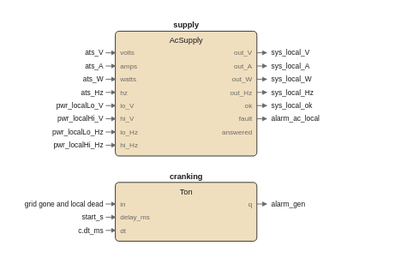
Above: images/logic/ac_local_watch_fbd.drawio.svg in pstch/botanik2 (draw.io), before the change. Source tidied: cells renumbered, new cells last; positions are measured from the earlier drawing's top-left corner, leaving out a move shared by most shapes.
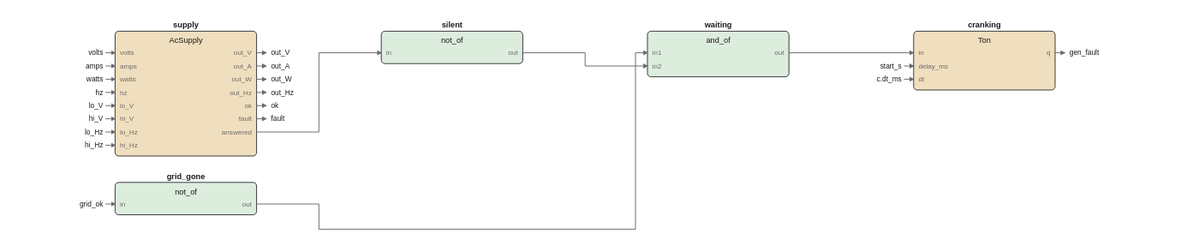
After the commit.

What changed in the source:
```diff
@@ -58,9 +58,9 @@
     </mxCell>
-    <mxCell id="20" style="rounded=1;fillColor=#f0dfbe;strokeColor=#1a1a1a;whiteSpace=wrap;html=1;fontSize=8;" parent="1" vertex="1">
-      <mxGeometry x="10" y="136" width="118" height="49" as="geometry" />
+    <mxCell id="20" style="rounded=1;fillColor=#dcecdd;strokeColor=#1a1a1a;whiteSpace=wrap;html=1;fontSize=8;" parent="1" vertex="1">
+      <mxGeometry x="10" y="136" width="118" height="27" as="geometry" />
     </mxCell>
-    <mxCell id="21" value="cranking" style="text;html=1;fontSize=6;fontColor=#1a1a1a;align=center;fontStyle=1;" parent="1" vertex="1">
-      <mxGeometry x="69" y="126.4" width="40" height="10.6" as="geometry" />
+    <mxCell id="21" value="grid_gone" style="text;html=1;fontSize=6;fontColor=#1a1a1a;align=center;fontStyle=1;" parent="1" vertex="1">
+      <mxGeometry x="69" y="126.4" width="45" height="10.6" as="geometry" />
     </mxCell>
-    <mxCell id="22" value="Ton" style="text;html=1;fontSize=6;fontColor=#1a1a1a;align=center;" parent="1" vertex="1">
+    <mxCell id="22" value="not_of" style="text;html=1;fontSize=6;fontColor=#1a1a1a;align=center;" parent="1" vertex="1">
       <mxGeometry x="69" y="139.4" width="40" height="10.6" as="geometry" />
@@ -70,103 +70,103 @@
     </mxCell>
-    <mxCell id="24" value="delay_ms" style="text;html=1;fontSize=5;fontColor=#6b6b6b;align=left;" parent="1" vertex="1">
-      <mxGeometry x="14" y="161.2" width="40" height="9.8" as="geometry" />
+    <mxCell id="24" value="out" style="text;html=1;fontSize=5;fontColor=#6b6b6b;align=left;" parent="1" vertex="1">
+      <mxGeometry x="124" y="150.2" width="40" height="9.8" as="geometry" />
     </mxCell>
-    <mxCell id="25" value="dt" style="text;html=1;fontSize=5;fontColor=#6b6b6b;align=left;" parent="1" vertex="1">
-      <mxGeometry x="14" y="172.2" width="40" height="9.8" as="geometry" />
+    <mxCell id="25" style="rounded=1;fillColor=#dcecdd;strokeColor=#1a1a1a;whiteSpace=wrap;html=1;fontSize=8;" parent="1" vertex="1">
+      <mxGeometry x="232" y="10" width="118" height="27" as="geometry" />
     </mxCell>
-    <mxCell id="26" value="q" style="text;html=1;fontSize=5;fontColor=#6b6b6b;align=left;" parent="1" vertex="1">
-      <mxGeometry x="124" y="150.2" width="40" height="9.8" as="geometry" />
+    <mxCell id="26" value="silent" style="text;html=1;fontSize=6;fontColor=#1a1a1a;align=center;fontStyle=1;" parent="1" vertex="1">
+      <mxGeometry x="291" y="0.4" width="40" height="10.6" as="geometry" />
     </mxCell>
-    <mxCell id="27" value="ats_V" style="text;html=1;fontSize=6;fontColor=#1a1a1a;align=left;" parent="1" vertex="1">
-      <mxGeometry y="24" width="40" height="10" as="geometry" />
+    <mxCell id="27" value="not_of" style="text;html=1;fontSize=6;fontColor=#1a1a1a;align=center;" parent="1" vertex="1">
+      <mxGeometry x="291" y="13.4" width="40" height="10.6" as="geometry" />
     </mxCell>
-    <mxCell id="28" style="edgeStyle=none;html=1;strokeColor=#6b6b6b;endArrow=block;" parent="1" edge="1">
-      <mxGeometry relative="1" as="geometry">
-        <mxPoint x="2" y="28" as="sourcePoint" />
-        <mxPoint x="10" y="28" as="targetPoint" />
-      </mxGeometry>
-    </mxCell>
+    <mxCell id="63" value="in" style="text;html=1;fontSize=5;fontColor=#6b6b6b;align=left;" parent="1" vertex="1">
+      <mxGeometry x="236" y="24.2" width="40" height="9.8" as="geometry" />
+    </mxCell>
-    <mxCell id="29" value="ats_A" style="text;html=1;fontSize=6;fontColor=#1a1a1a;align=left;" parent="1" vertex="1">
-      <mxGeometry y="35" width="40" height="10" as="geometry" />
+    <mxCell id="29" value="out" style="text;html=1;fontSize=5;fontColor=#6b6b6b;align=left;" parent="1" vertex="1">
+      <mxGeometry x="346" y="24.2" width="40" height="9.8" as="geometry" />
     </mxCell>
-    <mxCell id="30" style="edgeStyle=none;html=1;strokeColor=#6b6b6b;endArrow=block;" parent="1" edge="1">
-      <mxGeometry relative="1" as="geometry">
-        <mxPoint x="2" y="39" as="sourcePoint" />
-        <mxPoint x="10" y="39" as="targetPoint" />
-      </mxGeometry>
-    </mxCell>
+    <mxCell id="64" style="rounded=1;fillColor=#dcecdd;strokeColor=#1a1a1a;whiteSpace=wrap;html=1;fontSize=8;" parent="1" vertex="1">
+      <mxGeometry x="454" y="10" width="118" height="38" as="geometry" />
+    </mxCell>
-    <mxCell id="31" value="ats_W" style="text;html=1;fontSize=6;fontColor=#1a1a1a;align=left;" parent="1" vertex="1">
-      <mxGeometry y="46" width="40" height="10" as="geometry" />
+    <mxCell id="31" value="waiting" style="text;html=1;fontSize=6;fontColor=#1a1a1a;align=center;fontStyle=1;" parent="1" vertex="1">
+      <mxGeometry x="513" y="0.4" width="40" height="10.6" as="geometry" />
     </mxCell>
-    <mxCell id="32" style="edgeStyle=none;html=1;strokeColor=#6b6b6b;endArrow=block;" parent="1" edge="1">
-      <mxGeometry relative="1" as="geometry">
-        <mxPoint x="2" y="50" as="sourcePoint" />
-        <mxPoint x="10" y="50" as="targetPoint" />
-      </mxGeometry>
-    </mxCell>
+    <mxCell id="65" value="and_of" style="text;html=1;fontSize=6;fontColor=#1a1a1a;align=center;" parent="1" vertex="1">
+      <mxGeometry x="513" y="13.4" width="40" height="10.6" as="geometry" />
+    </mxCell>
-    <mxCell id="33" value="ats_Hz" style="text;html=1;fontSize=6;fontColor=#1a1a1a;align=left;" parent="1" vertex="1">
-      <mxGeometry y="57" width="40" height="10" as="geometry" />
+    <mxCell id="33" value="in1" style="text;html=1;fontSize=5;fontColor=#6b6b6b;align=left;" parent="1" vertex="1">
+      <mxGeometry x="458" y="24.2" width="40" height="9.8" as="geometry" />
     </mxCell>
-    <mxCell id="34" style="edgeStyle=none;html=1;strokeColor=#6b6b6b;endArrow=block;" parent="1" edge="1">
-      <mxGeometry relative="1" as="geometry">
-        <mxPoint x="2" y="61" as="sourcePoint" />
-        <mxPoint x="10" y="61" as="targetPoint" />
-      </mxGeometry>
-    </mxCell>
+    <mxCell id="66" value="in2" style="text;html=1;fontSize=5;fontColor=#6b6b6b;align=left;" parent="1" vertex="1">
+      <mxGeometry x="458" y="35.2" width="40" height="9.8" as="geometry" />
+    </mxCell>
-    <mxCell id="35" value="pwr_localLo_V" style="text;html=1;fontSize=6;fontColor=#1a1a1a;align=left;" parent="1" vertex="1">
-      <mxGeometry y="68" width="65" height="10" as="geometry" />
+    <mxCell id="35" value="out" style="text;html=1;fontSize=5;fontColor=#6b6b6b;align=left;" parent="1" vertex="1">
+      <mxGeometry x="568" y="24.2" width="40" height="9.8" as="geometry" />
     </mxCell>
-    <mxCell id="36" style="edgeStyle=none;html=1;strokeColor=#6b6b6b;endArrow=block;" parent="1" edge="1">
-      <mxGeometry relative="1" as="geometry">
-        <mxPoint x="2" y="72" as="sourcePoint" />
-        <mxPoint x="10" y="72" as="targetPoint" />
-      </mxGeometry>
-    </mxCell>
+    <mxCell id="67" style="rounded=1;fillColor=#f0dfbe;strokeColor=#1a1a1a;whiteSpace=wrap;html=1;fontSize=8;" parent="1" vertex="1">
+      <mxGeometry x="676" y="10" width="118" height="49" as="geometry" />
+    </mxCell>
-    <mxCell id="37" value="pwr_localHi_V" style="text;html=1;fontSize=6;fontColor=#1a1a1a;align=left;" parent="1" vertex="1">
-      <mxGeometry y="79" width="65" height="10" as="geometry" />
+    <mxCell id="37" value="cranking" style="text;html=1;fontSize=6;fontColor=#1a1a1a;align=center;fontStyle=1;" parent="1" vertex="1">
+      <mxGeometry x="735" y="0.4" width="40" height="10.6" as="geometry" />
     </mxCell>
-    <mxCell id="38" style="edgeStyle=none;html=1;strokeColor=#6b6b6b;endArrow=block;" parent="1" edge="1">
-      <mxGeometry relative="1" as="geometry">
-        <mxPoint x="2" y="83" as="sourcePoint" />
-        <mxPoint x="10" y="83" as="targetPoint" />
-      </mxGeometry>
-    </mxCell>
+    <mxCell id="68" value="Ton" style="text;html=1;fontSize=6;fontColor=#1a1a1a;align=center;" parent="1" vertex="1">
+      <mxGeometry x="735" y="13.4" width="40" height="10.6" as="geometry" />
+    </mxCell>
-    <mxCell id="39" value="pwr_localLo_Hz" style="text;html=1;fontSize=6;fontColor=#1a1a1a;align=left;" parent="1" vertex="1">
-      <mxGeometry y="90" width="70" height="10" as="geometry" />
+    <mxCell id="39" value="in" style="text;html=1;fontSize=5;fontColor=#6b6b6b;align=left;" parent="1" vertex="1">
+      <mxGeometry x="680" y="24.2" width="40" height="9.8" as="geometry" />
     </mxCell>
-    <mxCell id="40" style="edgeStyle=none;html=1;strokeColor=#6b6b6b;endArrow=block;" parent="1" edge="1">
-      <mxGeometry relative="1" as="geometry">
-        <mxPoint x="2" y="94" as="sourcePoint" />
-        <mxPoint x="10" y="94" as="targetPoint" />
-      </mxGeometry>
-    </mxCell>
+    <mxCell id="69" value="delay_ms" style="text;html=1;fontSize=5;fontColor=#6b6b6b;align=left;" parent="1" vertex="1">
+      <mxGeometry x="680" y="35.2" width="40" height="9.8" as="geometry" />
+    </mxCell>
-    <mxCell id="41" value="pwr_localHi_Hz" style="text;html=1;fontSize=6;fontColor=#1a1a1a;align=left;" parent="1" vertex="1">
-      <mxGeometry y="101" width="70" height="10" as="geometry" />
+    <mxCell id="41" value="dt" style="text;html=1;fontSize=5;fontColor=#6b6b6b;align=left;" parent="1" vertex="1">
+      <mxGeometry x="680" y="46.2" width="40" height="9.8" as="geometry" />
     </mxCell>
-    <mxCell id="42" style="edgeStyle=none;html=1;strokeColor=#6b6b6b;endArrow=block;" parent="1" edge="1">
-      <mxGeometry relative="1" as="geometry">
-        <mxPoint x="2" y="105" as="sourcePoint" />
-        <mxPoint x="10" y="105" as="targetPoint" />
-      </mxGeometry>
-    </mxCell>
-    <mxCell id="43" value="grid gone and local dead" style="text;html=1;fontSize=6;fontColor=#1a1a1a;align=left;" parent="1" vertex="1">
-      <mxGeometry y="150" width="120" height="10" as="geometry" />
-    </mxCell>
+    <mxCell id="70" value="q" style="text;html=1;fontSize=5;fontColor=#6b6b6b;align=left;" parent="1" vertex="1">
+      <mxGeometry x="790" y="24.2" width="40" height="9.8" as="geometry" />
+    </mxCell>
+    <mxCell id="71" style="edgeStyle=none;html=1;strokeColor=#6b6b6b;endArrow=block;" parent="1" edge="1">
+      <mxGeometry relative="1" as="geometry">
+        <mxPoint x="128" y="94" as="sourcePoint" />
+        <mxPoint x="232" y="28" as="targetPoint" />
+        <Array as="points">
+          <mxPoint x="180" y="94" />
+          <mxPoint x="180" y="28" />
+        </Array>
+      </mxGeometry>
+    </mxCell>
     <mxCell id="44" style="edgeStyle=none;html=1;strokeColor=#6b6b6b;endArrow=block;" parent="1" edge="1">
       <mxGeometry relative="1" as="geometry">
-        <mxPoint x="2" y="154" as="sourcePoint" />
-        <mxPoint x="10" y="154" as="targetPoint" />
+        <mxPoint x="128" y="154" as="sourcePoint" />
+        <mxPoint x="454" y="28" as="targetPoint" />
+        <Array as="points">
+          <mxPoint x="180" y="154" />
+          <mxPoint x="180" y="175" />
+          <mxPoint x="444" y="175" />
+          <mxPoint x="444" y="28" />
+        </Array>
       </mxGeometry>
     </mxCell>
-    <mxCell id="45" value="start_s" style="text;html=1;fontSize=6;fontColor=#1a1a1a;align=left;" parent="1" vertex="1">
-      <mxGeometry y="161" width="40" height="10" as="geometry" />
-    </mxCell>
+    <mxCell id="72" style="edgeStyle=none;html=1;strokeColor=#6b6b6b;endArrow=block;" parent="1" edge="1">
+      <mxGeometry relative="1" as="geometry">
+        <mxPoint x="350" y="28" as="sourcePoint" />
+        <mxPoint x="454" y="39" as="targetPoint" />
+        <Array as="points">
+          <mxPoint x="402" y="28" />
+          <mxPoint x="402" y="39" />
+        </Array>
+      </mxGeometry>
+    </mxCell>
     <mxCell id="46" style="edgeStyle=none;html=1;strokeColor=#6b6b6b;endArrow=block;" parent="1" edge="1">
       <mxGeometry relative="1" as="geometry">
-        <mxPoint x="2" y="165" as="sourcePoint" />
-        <mxPoint x="10" y="165" as="targetPoint" />
+        <mxPoint x="572" y="28" as="sourcePoint" />
+        <mxPoint x="676" y="28" as="targetPoint" />
+        <Array as="points">
+          <mxPoint x="624" y="28" />
+          <mxPoint x="624" y="28" />
+        </Array>
       </mxGeometry>
     </mxCell>
-    <mxCell id="47" value="c.dt_ms" style="text;html=1;fontSize=6;fontColor=#1a1a1a;align=left;" parent="1" vertex="1">
-      <mxGeometry y="172" width="40" height="10" as="geometry" />
+    <mxCell id="47" value="volts" style="text;html=1;fontSize=6;fontColor=#1a1a1a;align=left;" parent="1" vertex="1">
+      <mxGeometry y="24" width="40" height="10" as="geometry" />
     </mxCell>
@@ -174,69 +174,159 @@
       <mxGeometry relative="1" as="geometry">
-        <mxPoint x="2" y="176" as="sourcePoint" />
-        <mxPoint x="10" y="176" as="targetPoint" />
+        <mxPoint x="2" y="28" as="sourcePoint" />
+        <mxPoint x="10" y="28" as="targetPoint" />
       </mxGeometry>
     </mxCell>
-    <mxCell id="49" style="edgeStyle=none;html=1;strokeColor=#6b6b6b;endArrow=block;" parent="1" edge="1">
-      <mxGeometry relative="1" as="geometry">
-        <mxPoint x="128" y="28" as="sourcePoint" />
-        <mxPoint x="136" y="28" as="targetPoint" />
-      </mxGeometry>
-    </mxCell>
-    <mxCell id="50" value="sys_local_V" style="text;html=1;fontSize=6;fontColor=#1a1a1a;align=left;" parent="1" vertex="1">
-      <mxGeometry x="140" y="24" width="55" height="10" as="geometry" />
-    </mxCell>
-    <mxCell id="51" style="edgeStyle=none;html=1;strokeColor=#6b6b6b;endArrow=block;" parent="1" edge="1">
-      <mxGeometry relative="1" as="geometry">
-        <mxPoint x="128" y="39" as="sourcePoint" />
-        <mxPoint x="136" y="39" as="targetPoint" />
-      </mxGeometry>
-    </mxCell>
-    <mxCell id="52" value="sys_local_A" style="text;html=1;fontSize=6;fontColor=#1a1a1a;align=left;" parent="1" vertex="1">
-      <mxGeometry x="140" y="35" width="55" height="10" as="geometry" />
-    </mxCell>
-    <mxCell id="53" style="edgeStyle=none;html=1;strokeColor=#6b6b6b;endArrow=block;" parent="1" edge="1">
-      <mxGeometry relative="1" as="geometry">
-        <mxPoint x="128" y="50" as="sourcePoint" />
-        <mxPoint x="136" y="50" as="targetPoint" />
-      </mxGeometry>
-    </mxCell>
-    <mxCell id="54" value="sys_local_W" style="text;html=1;fontSize=6;fontColor=#1a1a1a;align=left;" parent="1" vertex="1">
-      <mxGeometry x="140" y="46" width="55" height="10" as="geometry" />
-    </mxCell>
-    <mxCell id="55" style="edgeStyle=none;html=1;strokeColor=#6b6b6b;endArrow=block;" parent="1" edge="1">
-      <mxGeometry relative="1" as="geometry">
-        <mxPoint x="128" y="61" as="sourcePoint" />
-        <mxPoint x="136" y="61" as="targetPoint" />
-      </mxGeometry>
-    </mxCell>
-    <mxCell id="56" value="sys_local_Hz" style="text;html=1;fontSize=6;fontColor=#1a1a1a;align=left;" parent="1" vertex="1">
-      <mxGeometry x="140" y="57" width="60" height="10" as="geometry" />
-    </mxCell>
-    <mxCell id="57" style="edgeStyle=none;html=1;strokeColor=#6b6b6b;endArrow=block;" parent="1" edge="1">
-      <mxGeometry relative="1" as="geometry">
-        <mxPoint x="128" y="72" as="sourcePoint" />
-        <mxPoint x="136" y="72" as="targetPoint" />
-      </mxGeometry>
-    </mxCell>
-    <mxCell id="58" value="sys_local_ok" style="text;html=1;fontSize=6;fontColor=#1a1a1a;align=left;" parent="1" vertex="1">
-      <mxGeometry x="140" y="68" width="60" height="10" as="geometry" />
-    </mxCell>
-    <mxCell id="59" style="edgeStyle=none;html=1;strokeColor=#6b6b6b;endArrow=block;" parent="1" edge="1">
-      <mxGeometry relative="1" as="geometry">
-        <mxPoint x="128" y="83" as="sourcePoint" />
-        <mxPoint x="136" y="83" as="targetPoint" />
-      </mxGeometry>
-    </mxCell>
-    <mxCell id="60" value="alarm_ac_local" style="text;html=1;fontSize=6;fontColor=#1a1a1a;align=left;" parent="1" vertex="1">
-      <mxGeometry x="140" y="79" width="70" height="10" as="geometry" />
-    </mxCell>
-    <mxCell id="61" style="edgeStyle=none;html=1;strokeColor=#6b6b6b;endArrow=block;" parent="1" edge="1">
-      <mxGeometry relative="1" as="geometry">
-        <mxPoint x="128" y="154" as="sourcePoint" />
-        <mxPoint x="136" y="154" as="targetPoint" />
-      </mxGeometry>
-    </mxCell>
-    <mxCell id="62" value="alarm_gen" style="text;html=1;fontSize=6;fontColor=#1a1a1a;align=left;" parent="1" vertex="1">
-      <mxGeometry x="140" y="150" width="45" height="10" as="geometry" />
-    </mxCell>
+    <mxCell id="73" value="amps" style="text;html=1;fontSize=6;fontColor=#1a1a1a;align=left;" parent="1" vertex="1">
+      <mxGeometry y="35" width="40" height="10" as="geometry" />
+    </mxCell>
+    <mxCell id="74" style="edgeStyle=none;html=1;strokeColor=#6b6b6b;endArrow=block;" parent="1" edge="1">
+      <mxGeometry relative="1" as="geometry">
+        <mxPoint x="2" y="39" as="sourcePoint" />
+        <mxPoint x="10" y="39" as="targetPoint" />
+      </mxGeometry>
+    </mxCell>
+    <mxCell id="75" value="watts" style="text;html=1;fontSize=6;fontColor=#1a1a1a;align=left;" parent="1" vertex="1">
+      <mxGeometry y="46" width="40" height="10" as="geometry" />
+    </mxCell>
+    <mxCell id="76" style="edgeStyle=none;html=1;strokeColor=#6b6b6b;endArrow=block;" parent="1" edge="1">
+      <mxGeometry relative="1" as="geometry">
+        <mxPoint x="2" y="50" as="sourcePoint" />
+        <mxPoint x="10" y="50" as="targetPoint" />
+      </mxGeometry>
+    </mxCell>
+    <mxCell id="77" value="hz" style="text;html=1;fontSize=6;fontColor=#1a1a1a;align=left;" parent="1" vertex="1">
+      <mxGeometry y="57" width="40" height="10" as="geometry" />
+    </mxCell>
+    <mxCell id="78" style="edgeStyle=none;html=1;strokeColor=#6b6b6b;endArrow=block;" parent="1" edge="1">
+      <mxGeometry relative="1" as="geometry">
+        <mxPoint x="2" y="61" as="sourcePoint" />
+        <mxPoint x="10" y="61" as="targetPoint" />
+      </mxGeometry>
+    </mxCell>
+    <mxCell id="79" value="lo_V" style="text;html=1;fontSize=6;fontColor=#1a1a1a;align=left;" parent="1" vertex="1">
+      <mxGeometry y="68" width="40" height="10" as="geometry" />
+    </mxCell>
+    <mxCell id="80" style="edgeStyle=none;html=1;strokeColor=#6b6b6b;endArrow=block;" parent="1" edge="1">
+      <mxGeometry relative="1" as="geometry">
+        <mxPoint x="2" y="72" as="sourcePoint" />
+        <mxPoint x="10" y="72" as="targetPoint" />
+      </mxGeometry>
+    </mxCell>
+    <mxCell id="81" value="hi_V" style="text;html=1;fontSize=6;fontColor=#1a1a1a;align=left;" parent="1" vertex="1">
+      <mxGeometry y="79" width="40" height="10" as="geometry" />
+    </mxCell>
+    <mxCell id="82" style="edgeStyle=none;html=1;strokeColor=#6b6b6b;endArrow=block;" parent="1" edge="1">
+      <mxGeometry relative="1" as="geometry">
+        <mxPoint x="2" y="83" as="sourcePoint" />
+        <mxPoint x="10" y="83" as="targetPoint" />
+      </mxGeometry>
+    </mxCell>
+    <mxCell id="83" value="lo_Hz" style="text;html=1;fontSize=6;fontColor=#1a1a1a;align=left;" parent="1" vertex="1">
+      <mxGeometry y="90" width="40" height="10" as="geometry" />
+    </mxCell>
+    <mxCell id="84" style="edgeStyle=none;html=1;strokeColor=#6b6b6b;endArrow=block;" parent="1" edge="1">
+      <mxGeometry relative="1" as="geometry">
+        <mxPoint x="2" y="94" as="sourcePoint" />
+        <mxPoint x="10" y="94" as="targetPoint" />
+      </mxGeometry>
+    </mxCell>
+    <mxCell id="85" value="hi_Hz" style="text;html=1;fontSize=6;fontColor=#1a1a1a;align=left;" parent="1" vertex="1">
+      <mxGeometry y="101" width="40" height="10" as="geometry" />
+    </mxCell>
+    <mxCell id="86" style="edgeStyle=none;html=1;strokeColor=#6b6b6b;endArrow=block;" parent="1" edge="1">
+      <mxGeometry relative="1" as="geometry">
+        <mxPoint x="2" y="105" as="sourcePoint" />
+        <mxPoint x="10" y="105" as="targetPoint" />
+      </mxGeometry>
+    </mxCell>
+    <mxCell id="87" value="grid_ok" style="text;html=1;fontSize=6;fontColor=#1a1a1a;align=left;" parent="1" vertex="1">
+      <mxGeometry y="150" width="40" height="10" as="geometry" />
+    </mxCell>
+    <mxCell id="88" style="edgeStyle=none;html=1;strokeColor=#6b6b6b;endArrow=block;" parent="1" edge="1">
+      <mxGeometry relative="1" as="geometry">
+        <mxPoint x="2" y="154" as="sourcePoint" />
+        <mxPoint x="10" y="154" as="targetPoint" />
+      </mxGeometry>
+    </mxCell>
+    <mxCell id="45" value="start_s" style="text;html=1;fontSize=6;fontColor=#1a1a1a;align=left;" parent="1" vertex="1">
+      <mxGeometry x="666" y="35" width="40" height="10" as="geometry" />
+    </mxCell>
+    <mxCell id="89" style="edgeStyle=none;html=1;strokeColor=#6b6b6b;endArrow=block;" parent="1" edge="1">
+      <mxGeometry relative="1" as="geometry">
+        <mxPoint x="668" y="39" as="sourcePoint" />
+        <mxPoint x="676" y="39" as="targetPoint" />
+      </mxGeometry>
+    </mxCell>
+    <mxCell id="90" value="c.dt_ms" style="text;html=1;fontSize=6;fontColor=#1a1a1a;align=left;" parent="1" vertex="1">
+      <mxGeometry x="666" y="46" width="40" height="10" as="geometry" />
+    </mxCell>
+    <mxCell id="91" style="edgeStyle=none;html=1;strokeColor=#6b6b6b;endArrow=block;" parent="1" edge="1">
+      <mxGeometry relative="1" as="geometry">
+        <mxPoint x="668" y="50" as="sourcePoint" />
+        <mxPoint x="676" y="50" as="targetPoint" />
+      </mxGeometry>
+    </mxCell>
+    <mxCell id="92" style="edgeStyle=none;html=1;strokeColor=#6b6b6b;endArrow=block;" parent="1" edge="1">
+      <mxGeometry relative="1" as="geometry">
+        <mxPoint x="128" y="28" as="sourcePoint" />
+        <mxPoint x="136" y="28" as="targetPoint" />
+      </mxGeometry>
+    </mxCell>
+    <mxCell id="93" value="out_V" style="text;html=1;fontSize=6;fontColor=#1a1a1a;align=left;" parent="1" vertex="1">
+      <mxGeometry x="140" y="24" width="40" height="10" as="geometry" />
+    </mxCell>
+    <mxCell id="94" style="edgeStyle=none;html=1;strokeColor=#6b6b6b;endArrow=block;" parent="1" edge="1">
+      <mxGeometry relative="1" as="geometry">
+        <mxPoint x="128" y="39" as="sourcePoint" />
+        <mxPoint x="136" y="39" as="targetPoint" />
+      </mxGeometry>
+    </mxCell>
+    <mxCell id="95" value="out_A" style="text;html=1;fontSize=6;fontColor=#1a1a1a;align=left;" parent="1" vertex="1">
+      <mxGeometry x="140" y="35" width="40" height="10" as="geometry" />
+    </mxCell>
+    <mxCell id="96" style="edgeStyle=none;html=1;strokeColor=#6b6b6b;endArrow=block;" parent="1" edge="1">
+      <mxGeometry relative="1" as="geometry">
+        <mxPoint x="128" y="50" as="sourcePoint" />
+        <mxPoint x="136" y="50" as="targetPoint" />
+      </mxGeometry>
+    </mxCell>
+    <mxCell id="97" value="out_W" style="text;html=1;fontSize=6;fontColor=#1a1a1a;align=left;" parent="1" vertex="1">
+      <mxGeometry x="140" y="46" width="40" height="10" as="geometry" />
+    </mxCell>
+    <mxCell id="98" style="edgeStyle=none;html=1;strokeColor=#6b6b6b;endArrow=block;" parent="1" edge="1">
+      <mxGeometry relative="1" as="geometry">
+        <mxPoint x="128" y="61" as="sourcePoint" />
+        <mxPoint x="136" y="61" as="targetPoint" />
+      </mxGeometry>
+    </mxCell>
+    <mxCell id="99" value="out_Hz" style="text;html=1;fontSize=6;fontColor=#1a1a1a;align=left;" parent="1" vertex="1">
+      <mxGeometry x="140" y="57" width="40" height="10" as="geometry" />
+    </mxCell>
+    <mxCell id="100" style="edgeStyle=none;html=1;strokeColor=#6b6b6b;endArrow=block;" parent="1" edge="1">
+      <mxGeometry relative="1" as="geometry">
+        <mxPoint x="128" y="72" as="sourcePoint" />
+        <mxPoint x="136" y="72" as="targetPoint" />
+      </mxGeometry>
+    </mxCell>
+    <mxCell id="101" value="ok" style="text;html=1;fontSize=6;fontColor=#1a1a1a;align=left;" parent="1" vertex="1">
+      <mxGeometry x="140" y="68" width="40" height="10" as="geometry" />
+    </mxCell>
+    <mxCell id="102" style="edgeStyle=none;html=1;strokeColor=#6b6b6b;endArrow=block;" parent="1" edge="1">
+      <mxGeometry relative="1" as="geometry">
+        <mxPoint x="128" y="83" as="sourcePoint" />
+        <mxPoint x="136" y="83" as="targetPoint" />
+      </mxGeometry>
+    </mxCell>
+    <mxCell id="103" value="fault" style="text;html=1;fontSize=6;fontColor=#1a1a1a;align=left;" parent="1" vertex="1">
+      <mxGeometry x="140" y="79" width="40" height="10" as="geometry" />
+    </mxCell>
+    <mxCell id="104" style="edgeStyle=none;html=1;strokeColor=#6b6b6b;endArrow=block;" parent="1" edge="1">
+      <mxGeometry relative="1" as="geometry">
+        <mxPoint x="794" y="28" as="sourcePoint" />
+        <mxPoint x="802" y="28" as="targetPoint" />
+      </mxGeometry>
+    </mxCell>
+    <mxCell id="105" value="gen_fault" style="text;html=1;fontSize=6;fontColor=#1a1a1a;align=left;" parent="1" vertex="1">
+      <mxGeometry x="806" y="24" width="45" height="10" as="geometry" />
+    </mxCell>
   </root>
```
